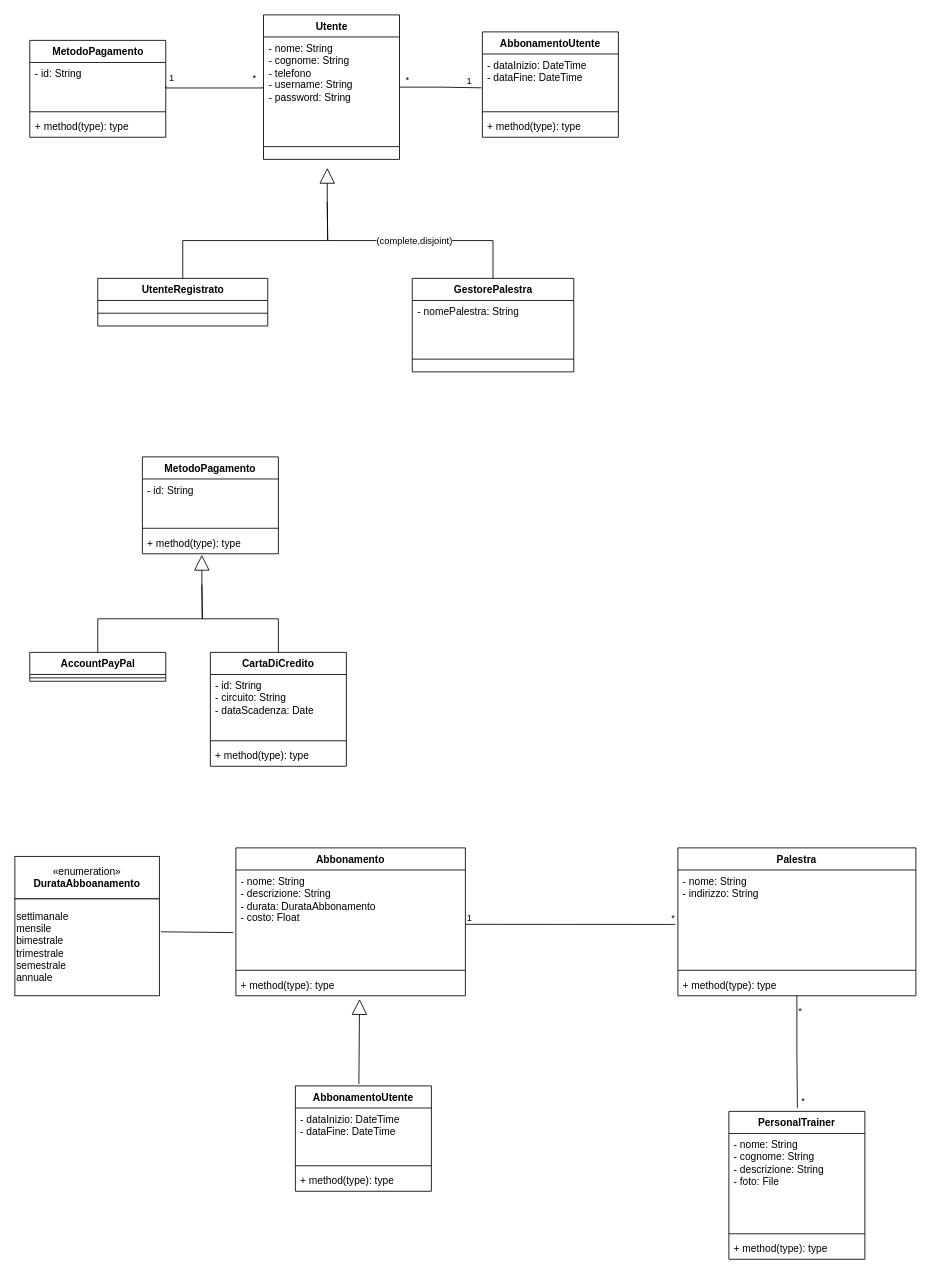
The draw.io diagram Diagrammi_UML/Utente.drawio in JosephBoom02/Progetto_Ingegneria_del_Software, before the edit. Source tidied: cells renumbered, new cells numbered last; positions are measured from the earlier drawing's top-left corner, leaving out a move shared by most shapes. Both pictures are drawn from the tidied source at 85%, with x=0, y=0 at pixel (14, 14).
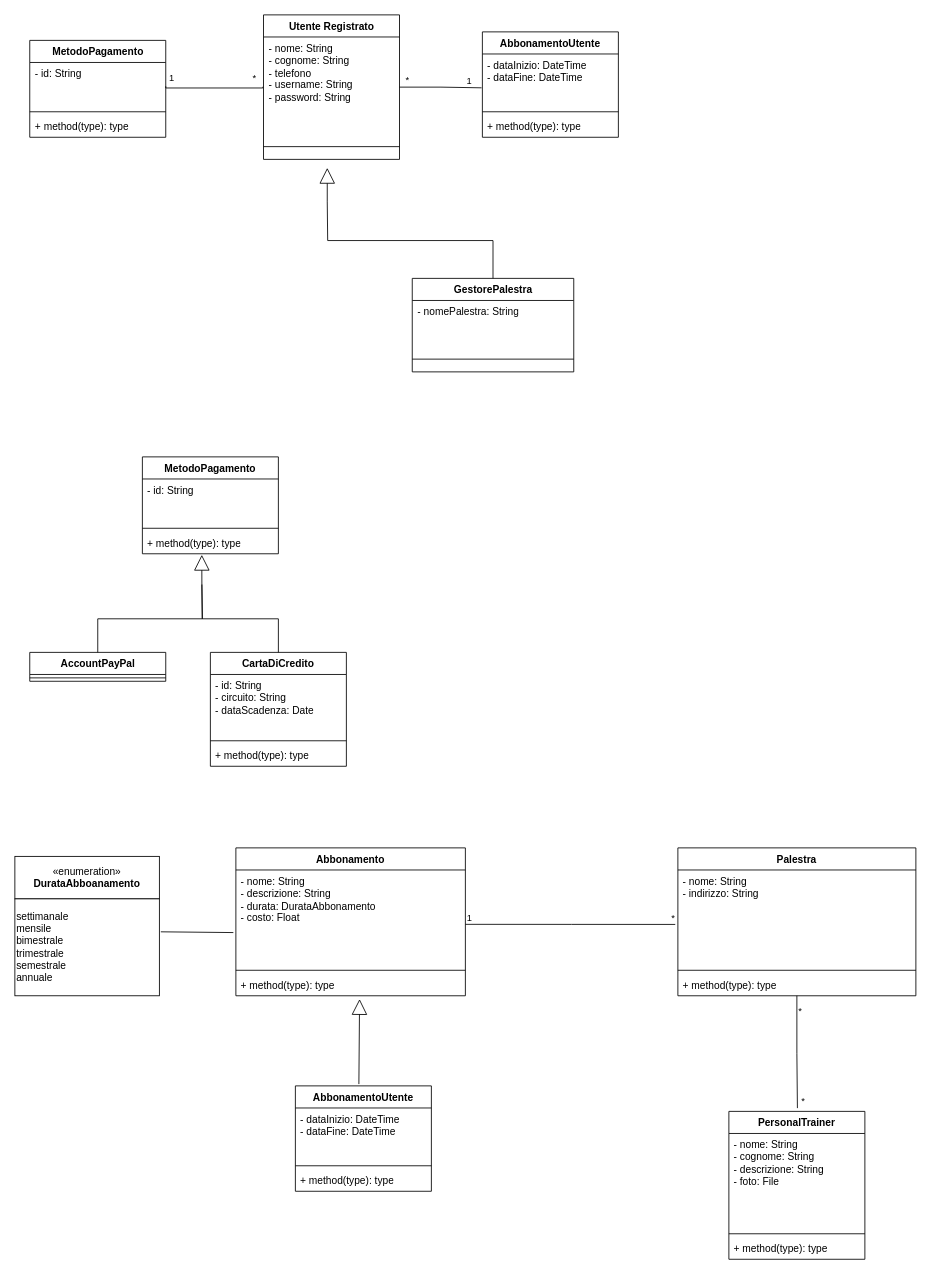
The same diagram, later.

The change refers to these unchanged cells:
```xml
<mxCell id="11" style="endArrow=none;html=1;rounded=0;edgeStyle=orthogonalEdgeStyle;exitX=0.5;exitY=0;exitDx=0;exitDy=0;" parent="1" edge="1" source="7">
  <mxGeometry relative="1" as="geometry">
    <mxPoint x="367.5" y="220" as="targetPoint" />
  </mxGeometry>
</mxCell>
```

Change to the diagram source:
```diff
@@
-    <mxCell id="2" value="Utente" style="swimlane;fontStyle=1;align=center;verticalAlign=top;horizontal=1;startSize=26;whiteSpace=wrap;html=1;" parent="1" vertex="1">
+    <mxCell id="2" value="Utente Registrato" style="swimlane;fontStyle=1;align=center;verticalAlign=top;horizontal=1;startSize=26;whiteSpace=wrap;html=1;" parent="1" vertex="1">
       <mxGeometry x="292.5" width="160" height="170" as="geometry" />
     </mxCell>
@@
-    <mxCell id="5" value="UtenteRegistrato" style="swimlane;fontStyle=1;align=center;verticalAlign=top;horizontal=1;startSize=26;whiteSpace=wrap;html=1;" parent="1" vertex="1">
-      <mxGeometry x="97.5" y="310" width="200" height="56" as="geometry" />
-    </mxCell>
-    <mxCell id="6" style="line;strokeWidth=1;fillColor=none;align=left;verticalAlign=middle;spacingTop=-1;spacingLeft=3;spacingRight=3;labelPosition=right;strokeColor=inherit;" parent="5" vertex="1">
-      <mxGeometry y="26" width="200" height="30" as="geometry" />
-    </mxCell>
@@
-    <mxCell id="10" style="endArrow=none;html=1;rounded=0;edgeStyle=orthogonalEdgeStyle;exitX=0.5;exitY=0;exitDx=0;exitDy=0;" parent="1" edge="1" source="5">
-      <mxGeometry relative="1" as="geometry">
-        <mxPoint x="367.5" y="220" as="targetPoint" />
-      </mxGeometry>
-    </mxCell>
@@
-    <mxCell id="12" value="(complete,disjoint)" style="edgeLabel;html=1;align=center;verticalAlign=middle;" parent="11" vertex="1">
-      <mxGeometry x="-0.03" relative="1" as="geometry" />
-    </mxCell>
```
